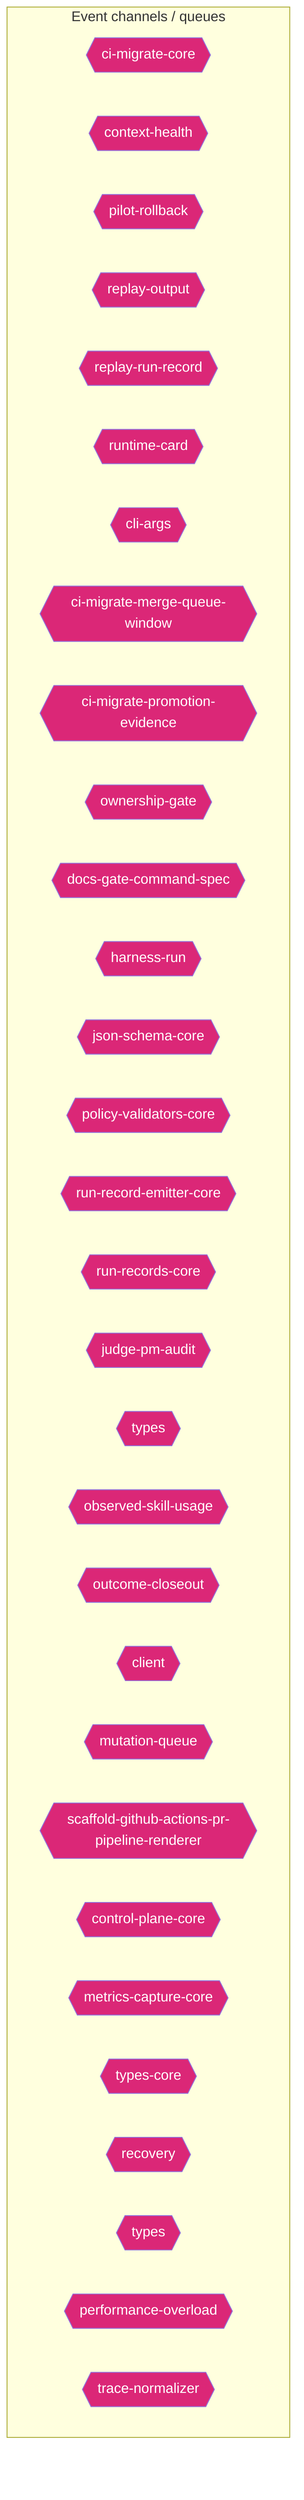
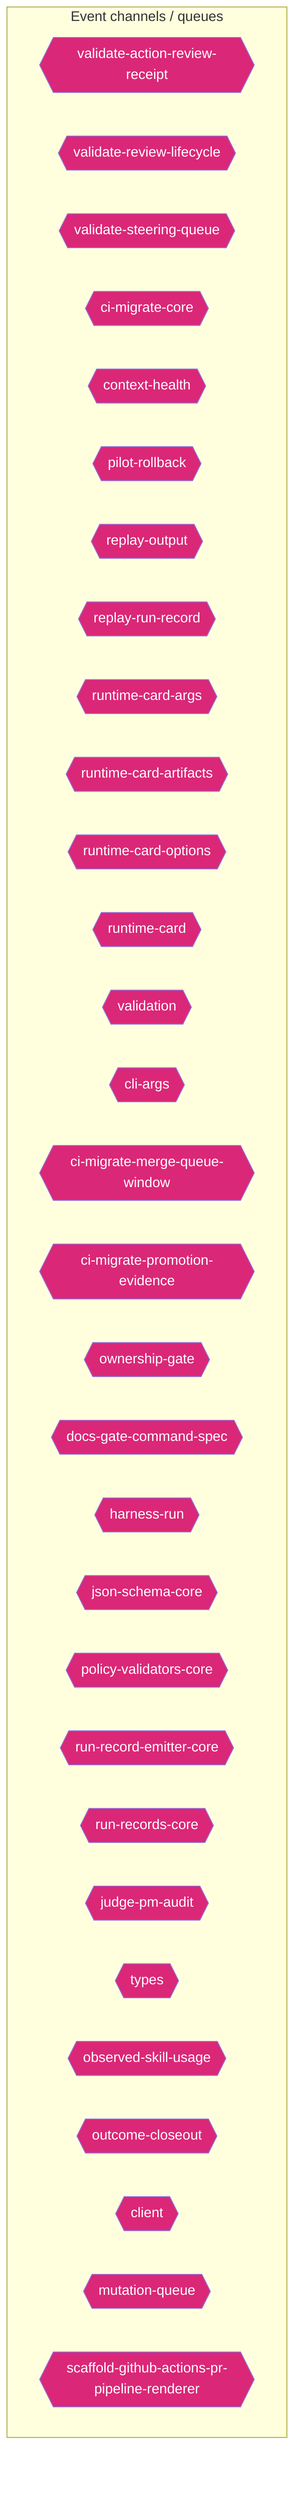
flowchart TD
  subgraph Channels["Event channels / queues"]
+     validate_action_review_receipt_fa2f06c3{{"validate-action-review-receipt"}}
+     validate_review_lifecycle_0b410d1e{{"validate-review-lifecycle"}}
+     validate_steering_queue_4bc0cc94{{"validate-steering-queue"}}
    ci_migrate_core_7005b5af{{"ci-migrate-core"}}
    context_health_80bb7da9{{"context-health"}}
    pilot_rollback_00c1f82c{{"pilot-rollback"}}
    replay_output_993eda9e{{"replay-output"}}
    replay_run_record_9a08cce2{{"replay-run-record"}}
+     runtime_card_args_2b3d4b28{{"runtime-card-args"}}
+     runtime_card_artifacts_143b799c{{"runtime-card-artifacts"}}
+     runtime_card_options_c9156ad5{{"runtime-card-options"}}
    runtime_card_e06b53e1{{"runtime-card"}}
+     validation_98c41dcd{{"validation"}}
    cli_args_1_6144b055{{"cli-args"}}
    ci_migrate_merge_queue_window_0070bd6d{{"ci-migrate-merge-queue-window"}}
    ci_migrate_promotion_evidence_1a2dc527{{"ci-migrate-promotion-evidence"}}
    ownership_gate_2e194d13{{"ownership-gate"}}
    docs_gate_command_spec_16795187{{"docs-gate-command-spec"}}
    harness_run_c0761792{{"harness-run"}}
    json_schema_core_96d7e328{{"json-schema-core"}}
    policy_validators_core_714a3fe7{{"policy-validators-core"}}
    run_record_emitter_core_688049d5{{"run-record-emitter-core"}}
    run_records_core_89286dfa{{"run-records-core"}}
    judge_pm_audit_ccd20b35{{"judge-pm-audit"}}
-     types_6_1818fb91{{"types"}}
+     types_9_1db4641f{{"types"}}
    observed_skill_usage_ed7d5930{{"observed-skill-usage"}}
    outcome_closeout_ba497ec2{{"outcome-closeout"}}
    client_948fe603{{"client"}}
    mutation_queue_ce5a530e{{"mutation-queue"}}
    scaffold_github_actions_pr_pipeline_renderer_1ee18de5{{"scaffold-github-actions-pr-pipeline-renderer"}}
-     control_plane_core_db3b4cb2{{"control-plane-core"}}
-     metrics_capture_core_db4bf7cf{{"metrics-capture-core"}}
-     types_core_1_8bd0f8fd{{"types-core"}}
-     recovery_8c585378{{"recovery"}}
-     types_18_37582e2a{{"types"}}
-     performance_overload_c685bfcf{{"performance-overload"}}
-     trace_normalizer_cb1be1d2{{"trace-normalizer"}}
  end
  classDef eventNode fill:#db2777,color:#fff
-   class ci_migrate_core_7005b5af,context_health_80bb7da9,pilot_rollback_00c1f82c,replay_output_993eda9e,replay_run_record_9a08cce2,runtime_card_e06b53e1,cli_args_1_6144b055,ci_migrate_merge_queue_window_0070bd6d,ci_migrate_promotion_evidence_1a2dc527,ownership_gate_2e194d13,docs_gate_command_spec_16795187,harness_run_c0761792,json_schema_core_96d7e328,policy_validators_core_714a3fe7,run_record_emitter_core_688049d5,run_records_core_89286dfa,judge_pm_audit_ccd20b35,types_6_1818fb91,observed_skill_usage_ed7d5930,outcome_closeout_ba497ec2,client_948fe603,mutation_queue_ce5a530e,scaffold_github_actions_pr_pipeline_renderer_1ee18de5,control_plane_core_db3b4cb2,metrics_capture_core_db4bf7cf,types_core_1_8bd0f8fd,recovery_8c585378,types_18_37582e2a,performance_overload_c685bfcf,trace_normalizer_cb1be1d2 eventNode
+   class validate_action_review_receipt_fa2f06c3,validate_review_lifecycle_0b410d1e,validate_steering_queue_4bc0cc94,ci_migrate_core_7005b5af,context_health_80bb7da9,pilot_rollback_00c1f82c,replay_output_993eda9e,replay_run_record_9a08cce2,runtime_card_args_2b3d4b28,runtime_card_artifacts_143b799c,runtime_card_options_c9156ad5,runtime_card_e06b53e1,validation_98c41dcd,cli_args_1_6144b055,ci_migrate_merge_queue_window_0070bd6d,ci_migrate_promotion_evidence_1a2dc527,ownership_gate_2e194d13,docs_gate_command_spec_16795187,harness_run_c0761792,json_schema_core_96d7e328,policy_validators_core_714a3fe7,run_record_emitter_core_688049d5,run_records_core_89286dfa,judge_pm_audit_ccd20b35,types_9_1db4641f,observed_skill_usage_ed7d5930,outcome_closeout_ba497ec2,client_948fe603,mutation_queue_ce5a530e,scaffold_github_actions_pr_pipeline_renderer_1ee18de5 eventNode
